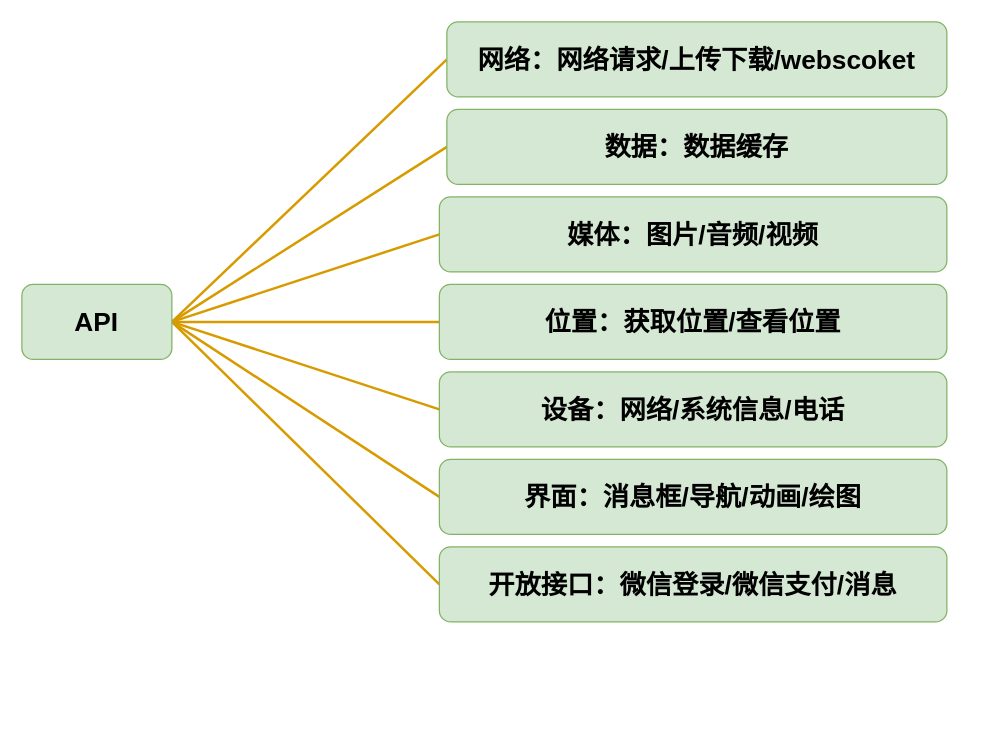
Before: API结构.drawio in ov0-0vo/1, a draw.io diagram. Source tidied: cells renumbered, new cells numbered last; positions are measured from the earlier drawing's top-left corner, leaving out a move shared by most shapes. Both pictures are drawn from the tidied source at 125%, with x=0, y=0 at pixel (21, 21).
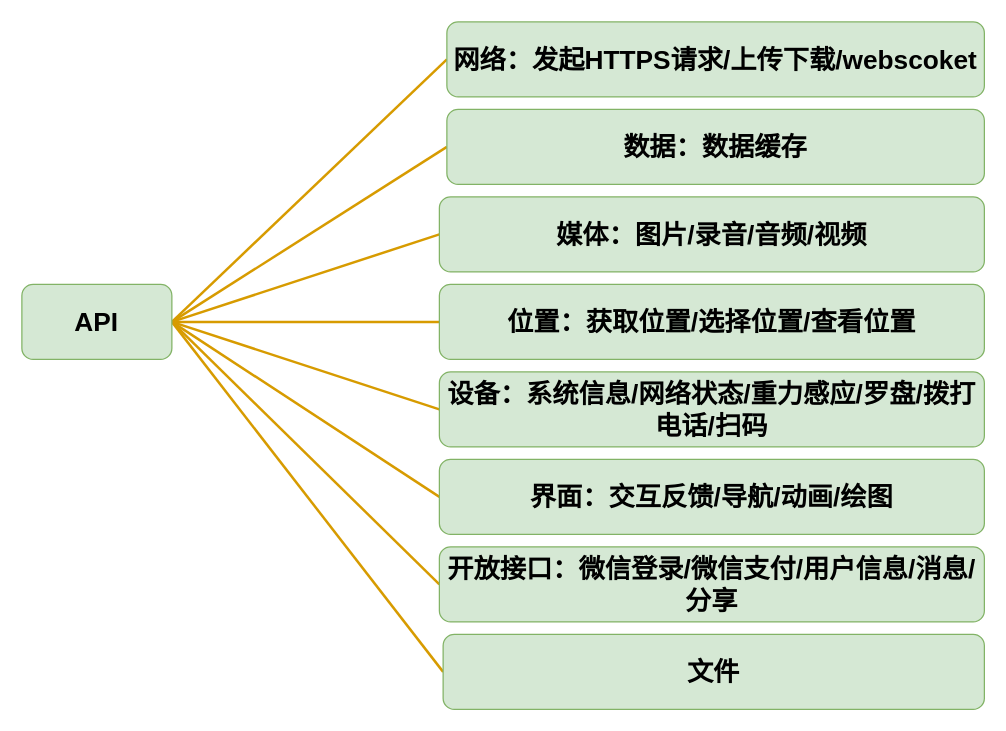
The same page after the edit.

The edit, as a diff of the source:
```diff
@@
 <mxGraphModel>
   <root>
     <mxCell id="0" />
     <mxCell id="1" parent="0" />
     <mxCell id="2" style="rounded=0;jettySize=auto;html=1;exitX=1;exitY=0.5;exitDx=0;exitDy=0;entryX=0;entryY=0.5;entryDx=0;entryDy=0;endArrow=none;endFill=0;strokeWidth=2;fillColor=#ffe6cc;strokeColor=#d79b00;" parent="1" edge="1" source="9" target="14">
       <mxGeometry relative="1" as="geometry" />
     </mxCell>
     <mxCell id="3" style="edgeStyle=none;shape=connector;rounded=0;jettySize=auto;html=1;exitX=1;exitY=0.5;exitDx=0;exitDy=0;entryX=0;entryY=0.5;entryDx=0;entryDy=0;labelBackgroundColor=default;strokeColor=#d79b00;strokeWidth=2;fontFamily=Helvetica;fontSize=11;fontColor=default;endArrow=none;endFill=0;fillColor=#ffe6cc;" parent="1" edge="1" source="9" target="16">
       <mxGeometry relative="1" as="geometry" />
     </mxCell>
     <mxCell id="4" style="edgeStyle=none;shape=connector;rounded=0;jettySize=auto;html=1;exitX=1;exitY=0.5;exitDx=0;exitDy=0;entryX=0;entryY=0.5;entryDx=0;entryDy=0;labelBackgroundColor=default;strokeColor=#d79b00;strokeWidth=2;fontFamily=Helvetica;fontSize=11;fontColor=default;endArrow=none;endFill=0;fillColor=#ffe6cc;" parent="1" edge="1" source="9" target="13">
       <mxGeometry relative="1" as="geometry" />
     </mxCell>
     <mxCell id="5" style="edgeStyle=none;shape=connector;rounded=0;jettySize=auto;html=1;exitX=1;exitY=0.5;exitDx=0;exitDy=0;entryX=0;entryY=0.5;entryDx=0;entryDy=0;labelBackgroundColor=default;strokeColor=#d79b00;strokeWidth=2;fontFamily=Helvetica;fontSize=11;fontColor=default;endArrow=none;endFill=0;fillColor=#ffe6cc;" parent="1" edge="1" source="9" target="12">
       <mxGeometry relative="1" as="geometry" />
     </mxCell>
     <mxCell id="6" style="edgeStyle=none;shape=connector;rounded=0;jettySize=auto;html=1;exitX=1;exitY=0.5;exitDx=0;exitDy=0;entryX=0;entryY=0.5;entryDx=0;entryDy=0;labelBackgroundColor=default;strokeColor=#d79b00;strokeWidth=2;fontFamily=Helvetica;fontSize=11;fontColor=default;endArrow=none;endFill=0;fillColor=#ffe6cc;" parent="1" edge="1" source="9" target="10">
       <mxGeometry relative="1" as="geometry" />
     </mxCell>
     <mxCell id="7" style="edgeStyle=none;shape=connector;rounded=0;jettySize=auto;html=1;exitX=1;exitY=0.5;exitDx=0;exitDy=0;entryX=0;entryY=0.5;entryDx=0;entryDy=0;labelBackgroundColor=default;strokeColor=#d79b00;strokeWidth=2;fontFamily=Helvetica;fontSize=11;fontColor=default;endArrow=none;endFill=0;fillColor=#ffe6cc;" parent="1" edge="1" source="9" target="11">
       <mxGeometry relative="1" as="geometry" />
     </mxCell>
     <mxCell id="8" style="edgeStyle=none;shape=connector;rounded=0;jettySize=auto;html=1;exitX=1;exitY=0.5;exitDx=0;exitDy=0;entryX=0;entryY=0.5;entryDx=0;entryDy=0;labelBackgroundColor=default;strokeColor=#d79b00;strokeWidth=2;fontFamily=Helvetica;fontSize=11;fontColor=default;endArrow=none;endFill=0;fillColor=#ffe6cc;" parent="1" edge="1" source="9" target="15">
       <mxGeometry relative="1" as="geometry" />
     </mxCell>
+    <mxCell id="17" style="edgeStyle=none;shape=connector;rounded=0;jettySize=auto;html=1;exitX=1;exitY=0.5;exitDx=0;exitDy=0;entryX=0;entryY=0.5;entryDx=0;entryDy=0;labelBackgroundColor=default;strokeColor=#d79b00;strokeWidth=2;fontFamily=Helvetica;fontSize=11;fontColor=default;endArrow=none;endFill=0;fillColor=#ffe6cc;" parent="1" edge="1" source="9" target="18">
+      <mxGeometry relative="1" as="geometry" />
+    </mxCell>
     <mxCell id="9" value="&lt;b&gt;&lt;font style=&quot;font-size: 21px;&quot;&gt;API&lt;/font&gt;&lt;/b&gt;" style="rounded=1;whiteSpace=wrap;html=1;fillColor=#d5e8d4;strokeColor=#82b366;" parent="1" vertex="1">
       <mxGeometry y="210" width="120" height="60" as="geometry" />
     </mxCell>
-    <mxCell id="10" value="&lt;b&gt;&lt;font style=&quot;font-size: 21px;&quot;&gt;设备：网络/系统信息/电话&lt;/font&gt;&lt;/b&gt;" style="rounded=1;whiteSpace=wrap;html=1;fillColor=#d5e8d4;strokeColor=#82b366;" parent="1" vertex="1">
-      <mxGeometry x="334" y="280" width="406" height="60" as="geometry" />
+    <mxCell id="10" value="&lt;b&gt;&lt;font style=&quot;font-size: 21px;&quot;&gt;设备：系统信息/网络状态/重力感应/罗盘/拨打电话/扫码&lt;/font&gt;&lt;/b&gt;" style="rounded=1;whiteSpace=wrap;html=1;fillColor=#d5e8d4;strokeColor=#82b366;" parent="1" vertex="1">
+      <mxGeometry x="334" y="280" width="436" height="60" as="geometry" />
     </mxCell>
-    <mxCell id="11" value="&lt;b&gt;&lt;font style=&quot;font-size: 21px;&quot;&gt;界面：消息框/导航/动画/绘图&lt;/font&gt;&lt;/b&gt;" style="rounded=1;whiteSpace=wrap;html=1;fillColor=#d5e8d4;strokeColor=#82b366;" parent="1" vertex="1">
-      <mxGeometry x="334" y="350" width="406" height="60" as="geometry" />
+    <mxCell id="11" value="&lt;b&gt;&lt;font style=&quot;font-size: 21px;&quot;&gt;界面：交互反馈/导航/动画/绘图&lt;/font&gt;&lt;/b&gt;" style="rounded=1;whiteSpace=wrap;html=1;fillColor=#d5e8d4;strokeColor=#82b366;" parent="1" vertex="1">
+      <mxGeometry x="334" y="350" width="436" height="60" as="geometry" />
     </mxCell>
-    <mxCell id="12" value="&lt;b&gt;&lt;font style=&quot;font-size: 21px;&quot;&gt;位置：获取位置/查看位置&lt;/font&gt;&lt;/b&gt;" style="rounded=1;whiteSpace=wrap;html=1;fillColor=#d5e8d4;strokeColor=#82b366;" parent="1" vertex="1">
-      <mxGeometry x="334" y="210" width="406" height="60" as="geometry" />
+    <mxCell id="12" value="&lt;b&gt;&lt;font style=&quot;font-size: 21px;&quot;&gt;位置：获取位置/选择位置/查看位置&lt;/font&gt;&lt;/b&gt;" style="rounded=1;whiteSpace=wrap;html=1;fillColor=#d5e8d4;strokeColor=#82b366;" parent="1" vertex="1">
+      <mxGeometry x="334" y="210" width="436" height="60" as="geometry" />
     </mxCell>
-    <mxCell id="13" value="&lt;b&gt;&lt;font style=&quot;font-size: 21px;&quot;&gt;媒体：图片/音频/视频&lt;/font&gt;&lt;/b&gt;" style="rounded=1;whiteSpace=wrap;html=1;fillColor=#d5e8d4;strokeColor=#82b366;" parent="1" vertex="1">
-      <mxGeometry x="334" y="140" width="406" height="60" as="geometry" />
+    <mxCell id="13" value="&lt;b&gt;&lt;font style=&quot;font-size: 21px;&quot;&gt;媒体：图片/录音/音频/视频&lt;/font&gt;&lt;/b&gt;" style="rounded=1;whiteSpace=wrap;html=1;fillColor=#d5e8d4;strokeColor=#82b366;" parent="1" vertex="1">
+      <mxGeometry x="334" y="140" width="436" height="60" as="geometry" />
     </mxCell>
-    <mxCell id="14" value="&lt;span style=&quot;font-size: 21px;&quot;&gt;&lt;b&gt;网络：网络请求/上传下载/webscoket&lt;/b&gt;&lt;/span&gt;" style="rounded=1;whiteSpace=wrap;html=1;fillColor=#d5e8d4;strokeColor=#82b366;" parent="1" vertex="1">
-      <mxGeometry x="340" width="400" height="60" as="geometry" />
+    <mxCell id="14" value="&lt;span style=&quot;font-size: 21px;&quot;&gt;&lt;b&gt;网络：发起HTTPS请求/上传下载/webscoket&lt;/b&gt;&lt;/span&gt;" style="rounded=1;whiteSpace=wrap;html=1;fillColor=#d5e8d4;strokeColor=#82b366;" parent="1" vertex="1">
+      <mxGeometry x="340" width="430" height="60" as="geometry" />
     </mxCell>
-    <mxCell id="15" value="&lt;b&gt;&lt;font style=&quot;font-size: 21px;&quot;&gt;开放接口：微信登录/微信支付/消息&lt;/font&gt;&lt;/b&gt;" style="rounded=1;whiteSpace=wrap;html=1;fillColor=#d5e8d4;strokeColor=#82b366;" parent="1" vertex="1">
-      <mxGeometry x="334" y="420" width="406" height="60" as="geometry" />
+    <mxCell id="15" value="&lt;b&gt;&lt;font style=&quot;font-size: 21px;&quot;&gt;开放接口：微信登录/微信支付/用户信息/消息/分享&lt;/font&gt;&lt;/b&gt;" style="rounded=1;whiteSpace=wrap;html=1;fillColor=#d5e8d4;strokeColor=#82b366;" parent="1" vertex="1">
+      <mxGeometry x="334" y="420" width="436" height="60" as="geometry" />
     </mxCell>
     <mxCell id="16" value="&lt;span style=&quot;font-size: 21px;&quot;&gt;&lt;b&gt;数据：数据缓存&lt;/b&gt;&lt;/span&gt;" style="rounded=1;whiteSpace=wrap;html=1;fillColor=#d5e8d4;strokeColor=#82b366;" parent="1" vertex="1">
-      <mxGeometry x="340" y="70" width="400" height="60" as="geometry" />
+      <mxGeometry x="340" y="70" width="430" height="60" as="geometry" />
     </mxCell>
+    <mxCell id="18" value="&lt;span style=&quot;font-size: 21px;&quot;&gt;&lt;b&gt;文件&lt;/b&gt;&lt;/span&gt;" style="rounded=1;whiteSpace=wrap;html=1;fillColor=#d5e8d4;strokeColor=#82b366;" parent="1" vertex="1">
+      <mxGeometry x="337" y="490" width="433" height="60" as="geometry" />
+    </mxCell>
   </root>
 </mxGraphModel>
```
